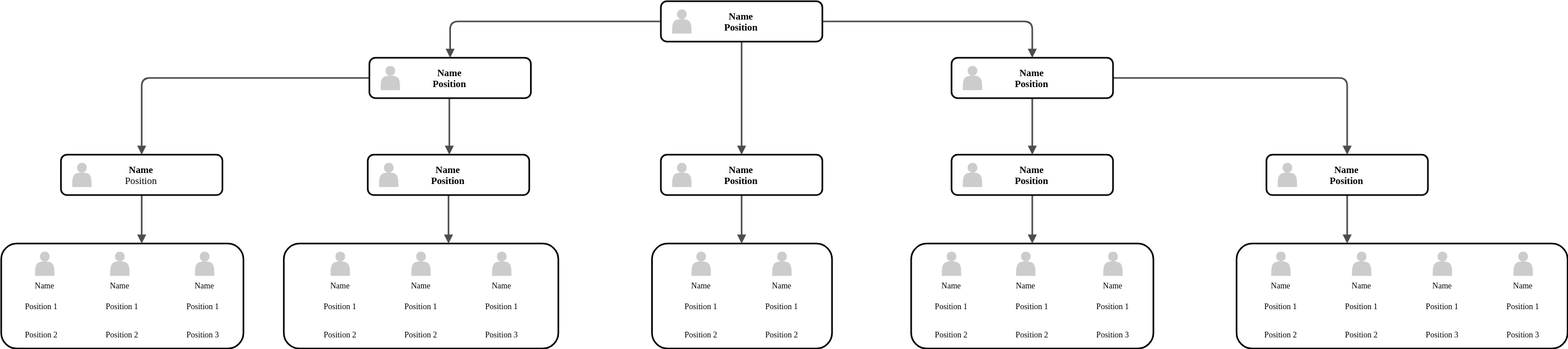
Above: chart.svg in alderg/sandbox (draw.io), before the change. Source tidied: cells renumbered, new cells last; positions are measured from the earlier drawing's top-left corner, leaving out a move shared by most shapes.
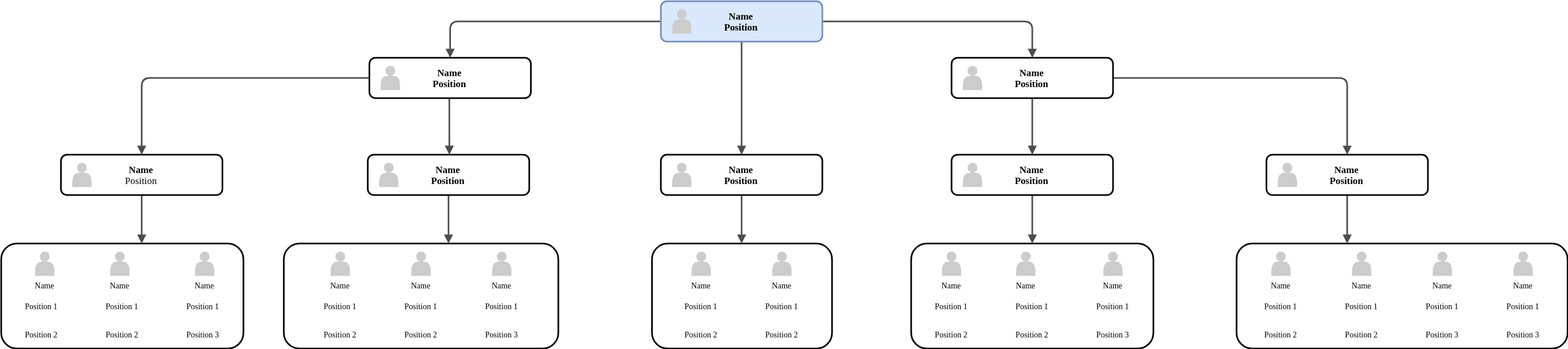
The same diagram one commit later.

Diff of the diagram source:
```diff
@@ -212,7 +212,7 @@
     <mxCell id="71" style="shape=actor;whiteSpace=wrap;html=1;rounded=0;shadow=0;comic=0;strokeWidth=1;fillColor=#CCCCCC;fontFamily=Verdana;align=center;strokeColor=none;fontSize=12;fontStyle=1;" parent="1" vertex="1">
       <mxGeometry x="831" y="200" width="24" height="30" as="geometry" />
     </mxCell>
-    <mxCell id="72" value="Name&lt;div&gt;&lt;span&gt;Position&lt;/span&gt;&lt;/div&gt;" style="whiteSpace=wrap;html=1;rounded=1;shadow=0;comic=0;strokeWidth=2;fillColor=#ffffff;fontFamily=Verdana;align=center;fontSize=12;fontStyle=1;" parent="1" vertex="1">
+    <mxCell id="72" value="Name&lt;div&gt;&lt;span&gt;Position&lt;/span&gt;&lt;/div&gt;" style="whiteSpace=wrap;html=1;rounded=1;shadow=0;comic=0;strokeWidth=2;fillColor=#dae8fc;fontFamily=Verdana;align=center;fontSize=12;fontStyle=1;strokeColor=#6c8ebf;" parent="1" vertex="1">
       <mxGeometry x="817" width="200" height="50" as="geometry" />
     </mxCell>
     <mxCell id="73" style="shape=actor;whiteSpace=wrap;html=1;rounded=0;shadow=0;comic=0;strokeWidth=1;fillColor=#CCCCCC;fontFamily=Verdana;align=center;strokeColor=none;fontSize=12;fontStyle=1;" parent="1" vertex="1">
```
